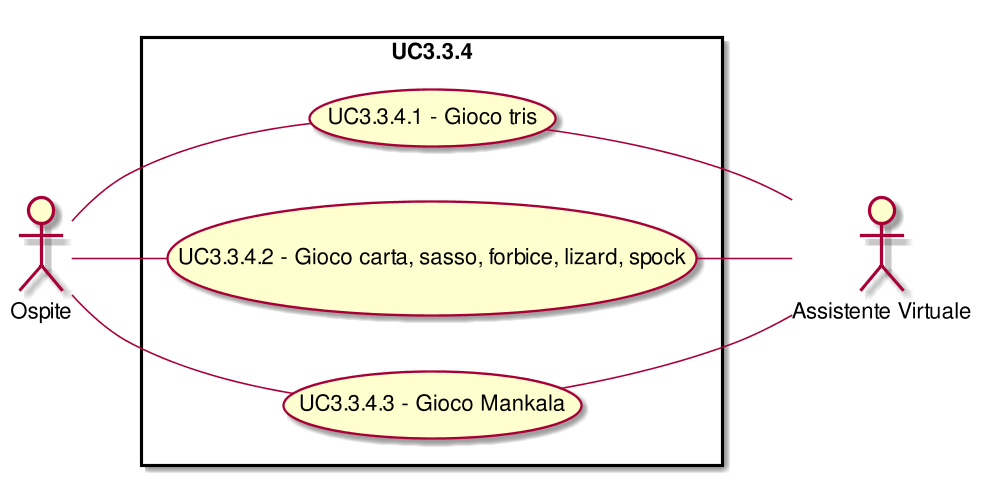
CoCodeSWE/Docs keeps this PlantUML diagram as RR/Esterni/AnalisiDeiRequisiti/images/UseCaseUC334.png. Above is the earlier version.
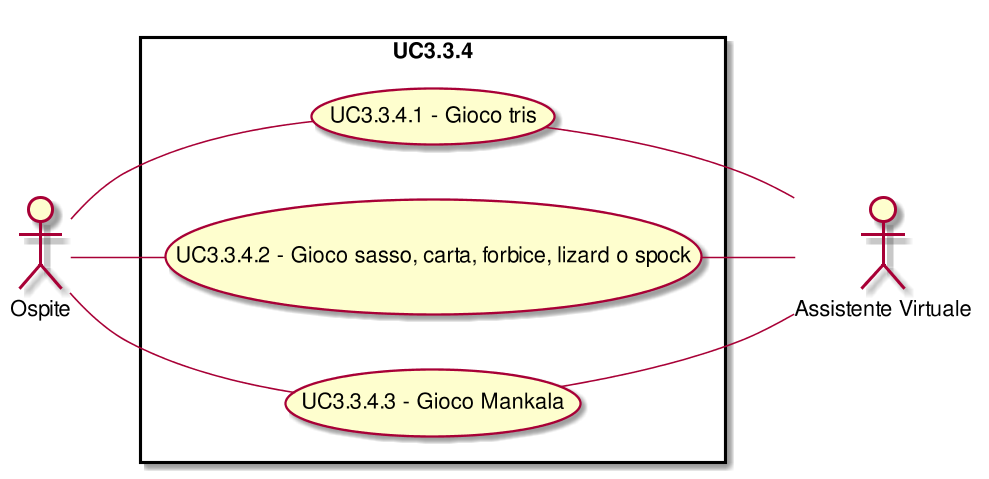
After the commit.

Change to the diagram source:
```diff
@@ -9,9 +9,9 @@
 :Ospite:--(UC3.3.4.1)
 ( UC3.3.4.1 - Gioco tris ) as (UC3.3.4.1)
 (UC3.3.4.1)--:Assistente Virtuale:
-( UC3.3.4.2 - Gioco carta, sasso, forbice, lizard, spock ) as (UC3.3.4.2)
+( UC3.3.4.2 - Gioco sasso, carta, forbice, lizard o spock ) as (UC3.3.4.2)
 :Ospite:--(UC3.3.4.2)
-( UC3.3.4.2 - Gioco carta, sasso, forbice, lizard, spock ) as (UC3.3.4.2)
+( UC3.3.4.2 - Gioco sasso, carta, forbice, lizard o spock ) as (UC3.3.4.2)
 (UC3.3.4.2)--:Assistente Virtuale:
 ( UC3.3.4.3 - Gioco Mankala ) as (UC3.3.4.3)
 :Ospite:--(UC3.3.4.3)
```
